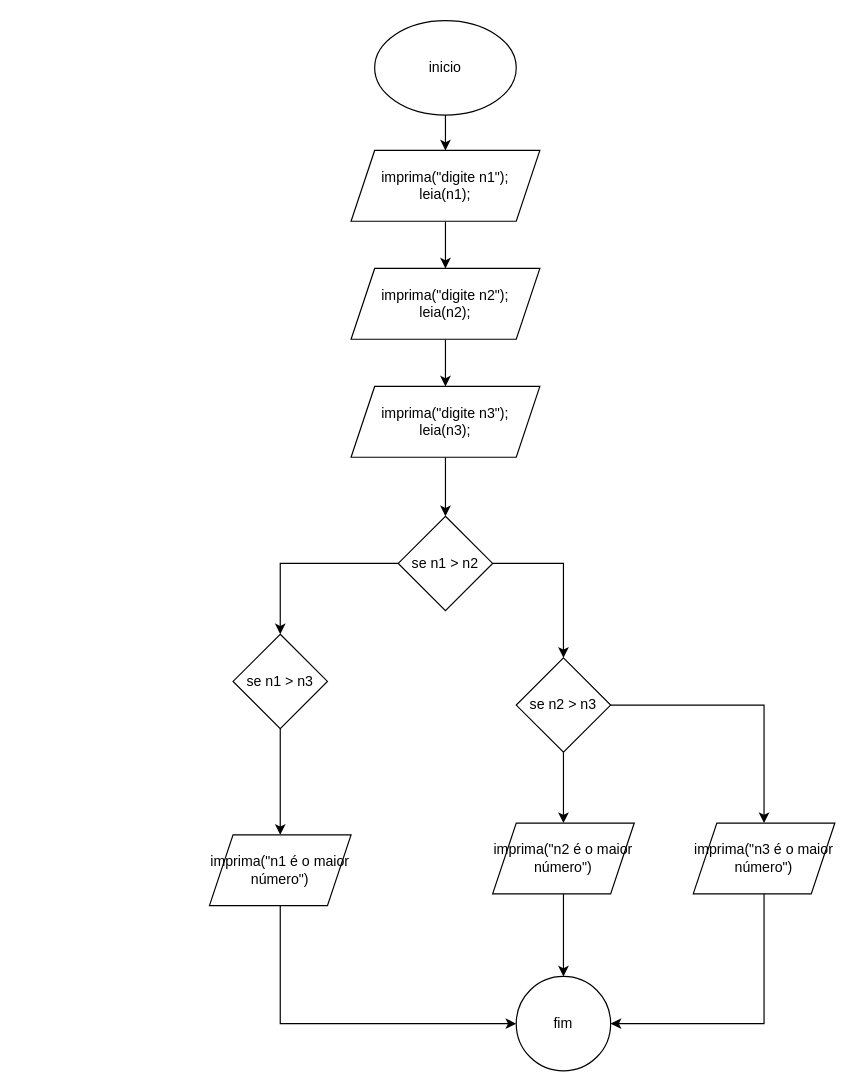
Before: maior_num_exe_4.drawio in PrieTorres/trabalhos-facul, a draw.io diagram. Source tidied: cells renumbered, new cells numbered last; positions are measured from the earlier drawing's top-left corner, leaving out a move shared by most shapes. Both pictures are drawn from the tidied source at 118%, with x=0, y=0 at pixel (209, 20).
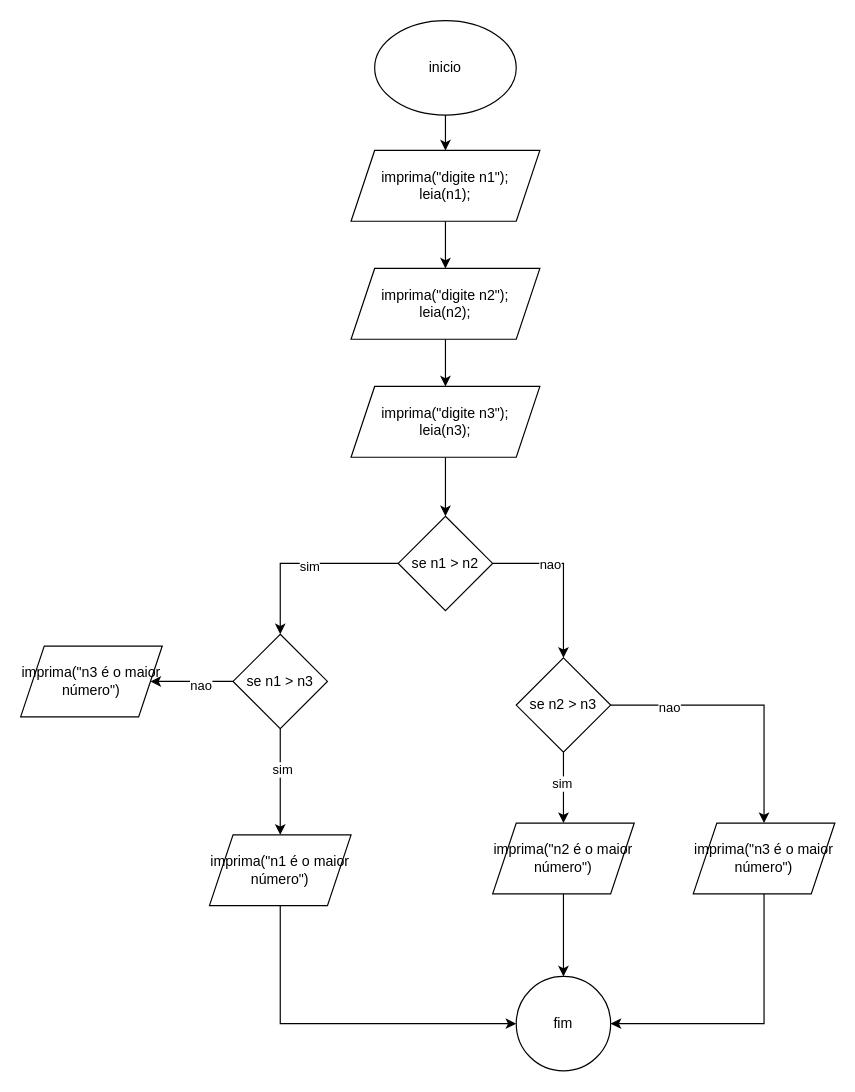
The same page after the edit.

Unchanged cells that the change refers to:
```xml
<mxCell id="8" style="edgeStyle=orthogonalEdgeStyle;rounded=0;jettySize=auto;html=1;" parent="1" edge="1" source="10" target="14">
  <mxGeometry relative="1" as="geometry" />
</mxCell>
<mxCell id="9" style="edgeStyle=orthogonalEdgeStyle;rounded=0;jettySize=auto;html=1;" parent="1" edge="1" source="10" target="19">
  <mxGeometry relative="1" as="geometry" />
</mxCell>
<mxCell id="13" style="edgeStyle=orthogonalEdgeStyle;rounded=0;jettySize=auto;html=1;" parent="1" edge="1" source="14" target="16">
  <mxGeometry relative="1" as="geometry" />
</mxCell>
<mxCell id="14" value="se n1 &amp;gt; n3" style="rhombus;whiteSpace=wrap;html=1;" parent="1" vertex="1">
  <mxGeometry x="20" y="520" width="80" height="80" as="geometry" />
</mxCell>
<mxCell id="17" style="edgeStyle=orthogonalEdgeStyle;rounded=0;jettySize=auto;html=1;" parent="1" edge="1" source="19" target="21">
  <mxGeometry relative="1" as="geometry" />
</mxCell>
<mxCell id="18" style="edgeStyle=orthogonalEdgeStyle;rounded=0;jettySize=auto;html=1;" parent="1" edge="1" source="19" target="23">
  <mxGeometry relative="1" as="geometry" />
</mxCell>
```

The edit, as a diff of the source:
```diff
@@
+    <mxCell id="25" value="sim" style="edgeLabel;html=1;align=center;verticalAlign=middle;" parent="8" vertex="1">
+      <mxGeometry x="-0.05" y="2" relative="1" as="geometry" />
+    </mxCell>
@@
+    <mxCell id="26" value="nao" style="edgeLabel;html=1;align=center;verticalAlign=middle;" parent="9" vertex="1">
+      <mxGeometry x="-0.31" relative="1" as="geometry" />
+    </mxCell>
@@
+    <mxCell id="27" value="sim" style="edgeLabel;html=1;align=center;verticalAlign=middle;" parent="13" vertex="1">
+      <mxGeometry x="-0.24" y="1" relative="1" as="geometry" />
+    </mxCell>
+    <mxCell id="28" style="edgeStyle=orthogonalEdgeStyle;rounded=0;jettySize=auto;html=1;" parent="1" edge="1" source="14" target="32">
+      <mxGeometry relative="1" as="geometry" />
+    </mxCell>
+    <mxCell id="29" value="nao" style="edgeLabel;html=1;align=center;verticalAlign=middle;" parent="28" vertex="1">
+      <mxGeometry x="-0.2" y="3" relative="1" as="geometry" />
+    </mxCell>
@@
+    <mxCell id="30" value="sim" style="edgeLabel;html=1;align=center;verticalAlign=middle;" parent="17" vertex="1">
+      <mxGeometry x="-0.13" y="-2" relative="1" as="geometry" />
+    </mxCell>
@@
+    <mxCell id="31" value="nao" style="edgeLabel;html=1;align=center;verticalAlign=middle;" parent="18" vertex="1">
+      <mxGeometry x="-0.57" y="-1" relative="1" as="geometry" />
+    </mxCell>
@@
+    <mxCell id="32" value="imprima(&quot;n3 é o maior número&quot;)" style="shape=parallelogram;perimeter=parallelogramPerimeter;whiteSpace=wrap;html=1;fixedSize=1;" parent="1" vertex="1">
+      <mxGeometry x="-160" y="530" width="120" height="60" as="geometry" />
+    </mxCell>
```
